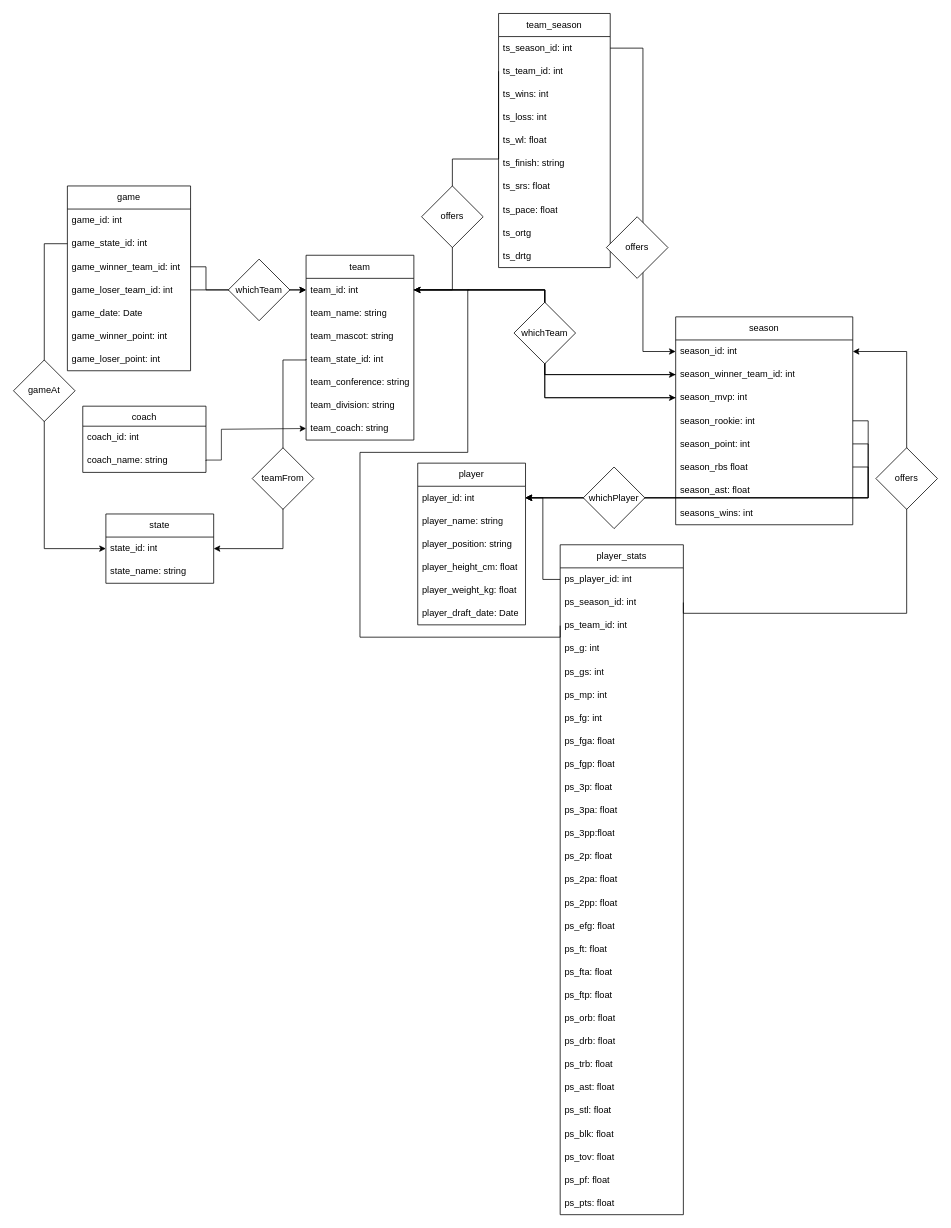
Fin-NewWin/cse111-project keeps this draw.io diagram as er_diagram.drawio. Above is the earlier version. Source tidied: cells renumbered, new cells numbered last; positions are measured from the earlier drawing's top-left corner, leaving out a move shared by most shapes. Both pictures are drawn from the tidied source at 77%, with x=0, y=0 at pixel (13, 13).
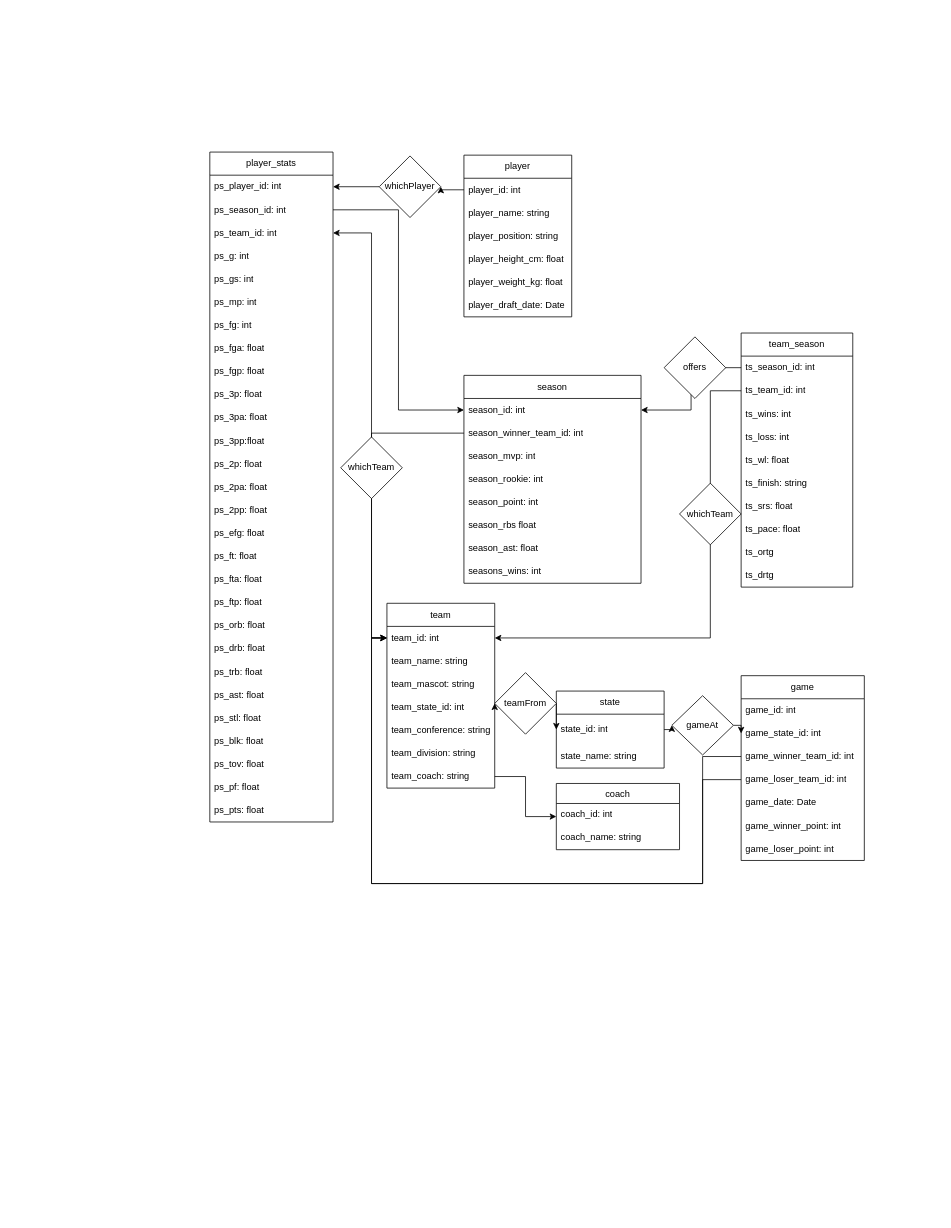
After the change.

Unchanged cells that the change refers to:
```xml
<mxCell id="3" value="team_id: int" style="text;strokeColor=none;fillColor=none;align=left;verticalAlign=middle;spacingLeft=4;spacingRight=4;overflow=hidden;points=[[0,0.5],[1,0.5]];portConstraint=eastwest;whiteSpace=wrap;html=1;" parent="2" vertex="1">
  <mxGeometry y="30" width="140" height="30" as="geometry" />
</mxCell>
<mxCell id="6" value="team_state_id: int" style="text;strokeColor=none;fillColor=none;align=left;verticalAlign=middle;spacingLeft=4;spacingRight=4;overflow=hidden;points=[[0,0.5],[1,0.5]];portConstraint=eastwest;whiteSpace=wrap;html=1;" parent="2" vertex="1">
  <mxGeometry y="120" width="140" height="30" as="geometry" />
</mxCell>
<mxCell id="9" value="team_coach: string" style="text;strokeColor=none;fillColor=none;align=left;verticalAlign=middle;spacingLeft=4;spacingRight=4;overflow=hidden;points=[[0,0.5],[1,0.5]];portConstraint=eastwest;whiteSpace=wrap;html=1;" parent="2" vertex="1">
  <mxGeometry y="210" width="140" height="30" as="geometry" />
</mxCell>
<mxCell id="11" value="player_id: int" style="text;strokeColor=none;fillColor=none;align=left;verticalAlign=middle;spacingLeft=4;spacingRight=4;overflow=hidden;points=[[0,0.5],[1,0.5]];portConstraint=eastwest;whiteSpace=wrap;html=1;" parent="10" vertex="1">
  <mxGeometry y="30" width="140" height="30" as="geometry" />
</mxCell>
<mxCell id="19" value="game_state_id: int" style="text;strokeColor=none;fillColor=none;align=left;verticalAlign=middle;spacingLeft=4;spacingRight=4;overflow=hidden;points=[[0,0.5],[1,0.5]];portConstraint=eastwest;whiteSpace=wrap;html=1;" parent="17" vertex="1">
  <mxGeometry y="60" width="160" height="30" as="geometry" />
</mxCell>
<mxCell id="20" value="game_winner_team_id: int" style="text;strokeColor=none;fillColor=none;align=left;verticalAlign=middle;spacingLeft=4;spacingRight=4;overflow=hidden;points=[[0,0.5],[1,0.5]];portConstraint=eastwest;whiteSpace=wrap;html=1;" parent="17" vertex="1">
  <mxGeometry y="90" width="160" height="30" as="geometry" />
</mxCell>
<mxCell id="21" value="game_loser_team_id: int" style="text;strokeColor=none;fillColor=none;align=left;verticalAlign=middle;spacingLeft=4;spacingRight=4;overflow=hidden;points=[[0,0.5],[1,0.5]];portConstraint=eastwest;whiteSpace=wrap;html=1;" parent="17" vertex="1">
  <mxGeometry y="120" width="160" height="30" as="geometry" />
</mxCell>
<mxCell id="28" value="ps_player_id: int" style="text;strokeColor=none;fillColor=none;align=left;verticalAlign=middle;spacingLeft=4;spacingRight=4;overflow=hidden;points=[[0,0.5],[1,0.5]];portConstraint=eastwest;whiteSpace=wrap;html=1;" parent="27" vertex="1">
  <mxGeometry y="30" width="160" height="30" as="geometry" />
</mxCell>
<mxCell id="29" value="ps_season_id: int" style="text;strokeColor=none;fillColor=none;align=left;verticalAlign=middle;spacingLeft=4;spacingRight=4;overflow=hidden;points=[[0,0.5],[1,0.5]];portConstraint=eastwest;whiteSpace=wrap;html=1;" parent="27" vertex="1">
  <mxGeometry y="60" width="160" height="30" as="geometry" />
</mxCell>
<mxCell id="30" value="ps_team_id: int" style="text;strokeColor=none;fillColor=none;align=left;verticalAlign=middle;spacingLeft=4;spacingRight=4;overflow=hidden;points=[[0,0.5],[1,0.5]];portConstraint=eastwest;whiteSpace=wrap;html=1;" parent="27" vertex="1">
  <mxGeometry y="90" width="160" height="30" as="geometry" />
</mxCell>
<mxCell id="57" value="season_id: int" style="text;strokeColor=none;fillColor=none;align=left;verticalAlign=middle;spacingLeft=4;spacingRight=4;overflow=hidden;points=[[0,0.5],[1,0.5]];portConstraint=eastwest;whiteSpace=wrap;html=1;" parent="56" vertex="1">
  <mxGeometry y="30" width="230" height="30" as="geometry" />
</mxCell>
<mxCell id="58" value="season_winner_team_id: int" style="text;strokeColor=none;fillColor=none;align=left;verticalAlign=middle;spacingLeft=4;spacingRight=4;overflow=hidden;points=[[0,0.5],[1,0.5]];portConstraint=eastwest;whiteSpace=wrap;html=1;" parent="56" vertex="1">
  <mxGeometry y="60" width="230" height="30" as="geometry" />
</mxCell>
<mxCell id="59" value="season_mvp: int" style="text;strokeColor=none;fillColor=none;align=left;verticalAlign=middle;spacingLeft=4;spacingRight=4;overflow=hidden;points=[[0,0.5],[1,0.5]];portConstraint=eastwest;whiteSpace=wrap;html=1;" parent="56" vertex="1">
  <mxGeometry y="90" width="230" height="30" as="geometry" />
</mxCell>
<mxCell id="60" value="season_rookie: int" style="text;strokeColor=none;fillColor=none;align=left;verticalAlign=middle;spacingLeft=4;spacingRight=4;overflow=hidden;points=[[0,0.5],[1,0.5]];portConstraint=eastwest;whiteSpace=wrap;html=1;" parent="56" vertex="1">
  <mxGeometry y="120" width="230" height="30" as="geometry" />
</mxCell>
<mxCell id="61" value="season_point: int" style="text;strokeColor=none;fillColor=none;align=left;verticalAlign=middle;spacingLeft=4;spacingRight=4;overflow=hidden;points=[[0,0.5],[1,0.5]];portConstraint=eastwest;whiteSpace=wrap;html=1;" parent="56" vertex="1">
  <mxGeometry y="150" width="230" height="30" as="geometry" />
</mxCell>
<mxCell id="62" value="season_rbs float" style="text;strokeColor=none;fillColor=none;align=left;verticalAlign=middle;spacingLeft=4;spacingRight=4;overflow=hidden;points=[[0,0.5],[1,0.5]];portConstraint=eastwest;whiteSpace=wrap;html=1;" parent="56" vertex="1">
  <mxGeometry y="180" width="230" height="30" as="geometry" />
</mxCell>
<mxCell id="78" value="ts_season_id: int" style="text;strokeColor=none;fillColor=none;align=left;verticalAlign=middle;spacingLeft=4;spacingRight=4;overflow=hidden;points=[[0,0.5],[1,0.5]];portConstraint=eastwest;whiteSpace=wrap;html=1;" parent="77" vertex="1">
  <mxGeometry y="30" width="145" height="30" as="geometry" />
</mxCell>
<mxCell id="79" value="ts_team_id: int" style="text;strokeColor=none;fillColor=none;align=left;verticalAlign=middle;spacingLeft=4;spacingRight=4;overflow=hidden;points=[[0,0.5],[1,0.5]];portConstraint=eastwest;whiteSpace=wrap;html=1;" parent="77" vertex="1">
  <mxGeometry y="60" width="145" height="30" as="geometry" />
</mxCell>
<mxCell id="102" value="coach_name: string" style="text;strokeColor=none;fillColor=none;spacingLeft=4;spacingRight=4;overflow=hidden;points=[[0,0.5],[1,0.5]];portConstraint=eastwest;fontSize=12;whiteSpace=wrap;html=1;" parent="100" vertex="1">
  <mxGeometry y="56" width="160" height="30" as="geometry" />
</mxCell>
```

Diff of the diagram source:
```diff
@@
     <mxCell id="2" value="team" style="swimlane;fontStyle=0;horizontal=1;startSize=30;whiteSpace=wrap;html=1;" parent="1" vertex="1">
-      <mxGeometry x="380" y="314" width="140" height="240" as="geometry" />
+      <mxGeometry x="485" y="766" width="140" height="240" as="geometry" />
     </mxCell>
@@
     <mxCell id="10" value="player" style="swimlane;fontStyle=0;horizontal=1;startSize=30;whiteSpace=wrap;html=1;" parent="1" vertex="1">
-      <mxGeometry x="525" y="584" width="140" height="210" as="geometry" />
+      <mxGeometry x="585" y="184" width="140" height="210" as="geometry" />
     </mxCell>
@@
     <mxCell id="17" value="game" style="swimlane;fontStyle=0;horizontal=1;startSize=30;whiteSpace=wrap;html=1;" parent="1" vertex="1">
-      <mxGeometry x="70" y="224" width="160" height="240" as="geometry" />
+      <mxGeometry x="945" y="860" width="160" height="240" as="geometry" />
     </mxCell>
@@
-    <mxCell id="25" style="edgeStyle=orthogonalEdgeStyle;rounded=0;jettySize=auto;html=1;exitX=1;exitY=0.5;exitDx=0;exitDy=0;entryX=0;entryY=0.5;entryDx=0;entryDy=0;" parent="1" edge="1" source="20" target="3">
-      <mxGeometry relative="1" as="geometry">
-        <Array as="points">
-          <mxPoint x="250" y="329" />
-          <mxPoint x="250" y="359" />
-        </Array>
-      </mxGeometry>
-    </mxCell>
-    <mxCell id="26" style="edgeStyle=orthogonalEdgeStyle;rounded=0;jettySize=auto;html=1;exitX=1;exitY=0.5;exitDx=0;exitDy=0;entryX=0;entryY=0.5;entryDx=0;entryDy=0;" parent="1" edge="1" source="21" target="3">
-      <mxGeometry relative="1" as="geometry" />
-    </mxCell>
     <mxCell id="27" value="player_stats" style="swimlane;fontStyle=0;horizontal=1;startSize=30;whiteSpace=wrap;html=1;" parent="1" vertex="1">
-      <mxGeometry x="710" y="690" width="160" height="870" as="geometry" />
+      <mxGeometry x="255" y="180" width="160" height="870" as="geometry" />
     </mxCell>
@@
     <mxCell id="56" value="season" style="swimlane;fontStyle=0;horizontal=1;startSize=30;whiteSpace=wrap;html=1;" parent="1" vertex="1">
-      <mxGeometry x="860" y="394" width="230" height="270" as="geometry" />
+      <mxGeometry x="585" y="470" width="230" height="270" as="geometry" />
     </mxCell>
@@
-    <mxCell id="65" style="edgeStyle=orthogonalEdgeStyle;rounded=0;jettySize=auto;html=1;exitX=0;exitY=0.5;exitDx=0;exitDy=0;entryX=1;entryY=0.5;entryDx=0;entryDy=0;" parent="1" edge="1" source="58" target="3">
-      <mxGeometry relative="1" as="geometry" />
-    </mxCell>
+    <mxCell id="105" style="edgeStyle=orthogonalEdgeStyle;rounded=0;jettySize=auto;html=1;exitX=1;exitY=0.5;exitDx=0;exitDy=0;entryX=0;entryY=0.5;entryDx=0;entryDy=0;" parent="1" edge="1" source="91" target="19">
+      <mxGeometry relative="1" as="geometry" />
+    </mxCell>
     <mxCell id="66" value="state" style="swimlane;fontStyle=0;horizontal=1;startSize=30;whiteSpace=wrap;html=1;" parent="1" vertex="1">
-      <mxGeometry x="120" y="650" width="140" height="90" as="geometry" />
+      <mxGeometry x="705" y="880" width="140" height="100" as="geometry" />
     </mxCell>
     <mxCell id="67" value="state_id: int" style="text;strokeColor=none;fillColor=none;align=left;verticalAlign=middle;spacingLeft=4;spacingRight=4;overflow=hidden;points=[[0,0.5],[1,0.5]];portConstraint=eastwest;whiteSpace=wrap;html=1;" parent="66" vertex="1">
-      <mxGeometry y="30" width="140" height="30" as="geometry" />
+      <mxGeometry y="30" width="140" height="40" as="geometry" />
     </mxCell>
     <mxCell id="68" value="state_name: string" style="text;strokeColor=none;fillColor=none;align=left;verticalAlign=middle;spacingLeft=4;spacingRight=4;overflow=hidden;whiteSpace=wrap;html=1;" parent="66" vertex="1">
-      <mxGeometry y="60" width="140" height="30" as="geometry" />
+      <mxGeometry y="70" width="140" height="30" as="geometry" />
     </mxCell>
-    <mxCell id="69" style="edgeStyle=orthogonalEdgeStyle;rounded=0;jettySize=auto;html=1;exitX=0;exitY=0.5;exitDx=0;exitDy=0;entryX=1;entryY=0.5;entryDx=0;entryDy=0;" parent="1" edge="1" source="6" target="67">
-      <mxGeometry relative="1" as="geometry">
-        <Array as="points">
-          <mxPoint x="350" y="450" />
-          <mxPoint x="350" y="695" />
-        </Array>
-      </mxGeometry>
-    </mxCell>
-    <mxCell id="70" style="edgeStyle=orthogonalEdgeStyle;rounded=0;jettySize=auto;html=1;exitX=0;exitY=0.5;exitDx=0;exitDy=0;entryX=1;entryY=0.5;entryDx=0;entryDy=0;" parent="1" edge="1" source="59" target="3">
-      <mxGeometry relative="1" as="geometry" />
-    </mxCell>
-    <mxCell id="71" style="edgeStyle=orthogonalEdgeStyle;rounded=0;jettySize=auto;html=1;exitX=1;exitY=0.5;exitDx=0;exitDy=0;entryX=0;entryY=0.5;entryDx=0;entryDy=0;" parent="1" edge="1" source="3" target="58">
-      <mxGeometry relative="1" as="geometry" />
-    </mxCell>
-    <mxCell id="72" style="edgeStyle=orthogonalEdgeStyle;rounded=0;jettySize=auto;html=1;exitX=1;exitY=0.5;exitDx=0;exitDy=0;entryX=0;entryY=0.5;entryDx=0;entryDy=0;" parent="1" edge="1" source="3" target="59">
-      <mxGeometry relative="1" as="geometry" />
-    </mxCell>
-    <mxCell id="73" style="edgeStyle=orthogonalEdgeStyle;rounded=0;jettySize=auto;html=1;exitX=0;exitY=0.5;exitDx=0;exitDy=0;entryX=1;entryY=0.5;entryDx=0;entryDy=0;" parent="1" edge="1" source="28" target="11">
-      <mxGeometry relative="1" as="geometry" />
-    </mxCell>
-    <mxCell id="74" style="edgeStyle=orthogonalEdgeStyle;rounded=0;jettySize=auto;html=1;exitX=1;exitY=0.5;exitDx=0;exitDy=0;entryX=1;entryY=0.5;entryDx=0;entryDy=0;" parent="1" edge="1" source="62" target="11">
-      <mxGeometry relative="1" as="geometry" />
-    </mxCell>
-    <mxCell id="75" style="edgeStyle=orthogonalEdgeStyle;rounded=0;jettySize=auto;html=1;exitX=1;exitY=0.5;exitDx=0;exitDy=0;entryX=1;entryY=0.5;entryDx=0;entryDy=0;" parent="1" edge="1" source="61" target="11">
-      <mxGeometry relative="1" as="geometry" />
-    </mxCell>
-    <mxCell id="76" style="edgeStyle=orthogonalEdgeStyle;rounded=0;jettySize=auto;html=1;exitX=1;exitY=0.5;exitDx=0;exitDy=0;entryX=1;entryY=0.5;entryDx=0;entryDy=0;" parent="1" edge="1" source="60" target="11">
-      <mxGeometry relative="1" as="geometry" />
-    </mxCell>
     <mxCell id="77" value="team_season" style="swimlane;fontStyle=0;horizontal=1;startSize=30;whiteSpace=wrap;html=1;" parent="1" vertex="1">
-      <mxGeometry x="630" width="145" height="330" as="geometry" />
+      <mxGeometry x="945" y="415" width="145" height="330" as="geometry" />
     </mxCell>
@@
-    <mxCell id="88" style="edgeStyle=orthogonalEdgeStyle;rounded=0;jettySize=auto;html=1;exitX=0;exitY=0.5;exitDx=0;exitDy=0;entryX=1;entryY=0.5;entryDx=0;entryDy=0;" parent="1" edge="1" source="79" target="3">
-      <mxGeometry relative="1" as="geometry">
-        <Array as="points">
-          <mxPoint x="570" y="189" />
-          <mxPoint x="570" y="359" />
-        </Array>
-      </mxGeometry>
-    </mxCell>
-    <mxCell id="89" style="edgeStyle=orthogonalEdgeStyle;rounded=0;jettySize=auto;html=1;exitX=1;exitY=0.5;exitDx=0;exitDy=0;entryX=0;entryY=0.5;entryDx=0;entryDy=0;" parent="1" edge="1" source="78" target="57">
-      <mxGeometry relative="1" as="geometry" />
-    </mxCell>
-    <mxCell id="90" style="edgeStyle=orthogonalEdgeStyle;rounded=0;jettySize=auto;html=1;exitX=0;exitY=0.5;exitDx=0;exitDy=0;entryX=0;entryY=0.5;entryDx=0;entryDy=0;" parent="1" edge="1" source="19" target="67">
-      <mxGeometry relative="1" as="geometry">
-        <Array as="points">
-          <mxPoint x="40" y="299" />
-          <mxPoint x="40" y="695" />
-        </Array>
-      </mxGeometry>
-    </mxCell>
-    <mxCell id="91" value="gameAt" style="rhombus;whiteSpace=wrap;html=1;" parent="1" vertex="1">
-      <mxGeometry y="450" width="80" height="80" as="geometry" />
-    </mxCell>
-    <mxCell id="92" value="teamFrom" style="rhombus;whiteSpace=wrap;html=1;" parent="1" vertex="1">
-      <mxGeometry x="310" y="564" width="80" height="80" as="geometry" />
-    </mxCell>
-    <mxCell id="93" style="edgeStyle=orthogonalEdgeStyle;rounded=0;jettySize=auto;html=1;exitX=0;exitY=0.5;exitDx=0;exitDy=0;strokeColor=default;endArrow=none;endFill=0;strokeWidth=1;endSize=6;" parent="1" edge="1" source="30">
-      <mxGeometry relative="1" as="geometry">
-        <mxPoint x="592" y="359" as="targetPoint" />
-        <Array as="points">
-          <mxPoint x="710" y="810" />
-          <mxPoint x="450" y="810" />
-          <mxPoint x="450" y="570" />
-          <mxPoint x="590" y="570" />
-          <mxPoint x="590" y="359" />
-        </Array>
-      </mxGeometry>
-    </mxCell>
-    <mxCell id="94" style="edgeStyle=orthogonalEdgeStyle;rounded=0;jettySize=auto;html=1;exitX=1;exitY=0.5;exitDx=0;exitDy=0;entryX=1;entryY=0.5;entryDx=0;entryDy=0;" parent="1" edge="1" source="29" target="57">
-      <mxGeometry relative="1" as="geometry">
-        <Array as="points">
-          <mxPoint x="1160" y="779" />
-          <mxPoint x="1160" y="439" />
-        </Array>
-      </mxGeometry>
-    </mxCell>
-    <mxCell id="95" value="offers" style="rhombus;whiteSpace=wrap;html=1;" parent="1" vertex="1">
-      <mxGeometry x="1120" y="564" width="80" height="80" as="geometry" />
-    </mxCell>
-    <mxCell id="96" value="whichPlayer" style="rhombus;whiteSpace=wrap;html=1;" parent="1" vertex="1">
-      <mxGeometry x="740" y="589" width="80" height="80" as="geometry" />
-    </mxCell>
-    <mxCell id="97" value="offers" style="rhombus;whiteSpace=wrap;html=1;" parent="1" vertex="1">
-      <mxGeometry x="770" y="264" width="80" height="80" as="geometry" />
-    </mxCell>
-    <mxCell id="98" value="whichTeam" style="rhombus;whiteSpace=wrap;html=1;" parent="1" vertex="1">
-      <mxGeometry x="650" y="375" width="80" height="80" as="geometry" />
-    </mxCell>
-    <mxCell id="99" value="offers" style="rhombus;whiteSpace=wrap;html=1;" parent="1" vertex="1">
-      <mxGeometry x="530" y="224" width="80" height="80" as="geometry" />
-    </mxCell>
     <mxCell id="100" value="coach" style="swimlane;fontStyle=0;horizontal=1;startSize=26;align=center;fontSize=12;" parent="1" vertex="1">
-      <mxGeometry x="90" y="510" width="160" height="86" as="geometry" />
+      <mxGeometry x="705" y="1000" width="160" height="86" as="geometry" />
     </mxCell>
@@
-    <mxCell id="103" style="edgeStyle=orthogonalEdgeStyle;rounded=0;jettySize=auto;html=1;entryX=0;entryY=0.5;entryDx=0;entryDy=0;strokeWidth=0.9;exitX=1;exitY=0.5;exitDx=0;exitDy=0;" parent="1" edge="1" source="102" target="9">
-      <mxGeometry relative="1" as="geometry">
-        <Array as="points">
-          <mxPoint x="250" y="580" />
-          <mxPoint x="270" y="580" />
-          <mxPoint x="270" y="540" />
-        </Array>
-      </mxGeometry>
-    </mxCell>
+    <mxCell id="106" style="edgeStyle=orthogonalEdgeStyle;rounded=0;jettySize=auto;html=1;exitX=0;exitY=0.5;exitDx=0;exitDy=0;entryX=1;entryY=0.5;entryDx=0;entryDy=0;" parent="1" edge="1" source="96" target="28">
+      <mxGeometry relative="1" as="geometry" />
+    </mxCell>
+    <mxCell id="107" style="edgeStyle=orthogonalEdgeStyle;rounded=0;jettySize=auto;html=1;exitX=0;exitY=0.5;exitDx=0;exitDy=0;entryX=1;entryY=0.5;entryDx=0;entryDy=0;" parent="1" edge="1" source="11" target="96">
+      <mxGeometry relative="1" as="geometry" />
+    </mxCell>
+    <mxCell id="96" value="whichPlayer" style="rhombus;whiteSpace=wrap;html=1;" parent="1" vertex="1">
+      <mxGeometry x="475" y="185" width="80" height="80" as="geometry" />
+    </mxCell>
+    <mxCell id="94" style="edgeStyle=orthogonalEdgeStyle;rounded=0;jettySize=auto;html=1;exitX=1;exitY=0.5;exitDx=0;exitDy=0;entryX=0;entryY=0.5;entryDx=0;entryDy=0;" parent="1" edge="1" source="29" target="57">
+      <mxGeometry relative="1" as="geometry" />
+    </mxCell>
+    <mxCell id="108" style="edgeStyle=orthogonalEdgeStyle;rounded=0;jettySize=auto;html=1;exitX=0;exitY=0.5;exitDx=0;exitDy=0;entryX=1;entryY=0.5;entryDx=0;entryDy=0;" parent="1" edge="1" source="3" target="30">
+      <mxGeometry relative="1" as="geometry">
+        <Array as="points">
+          <mxPoint x="465" y="811" />
+          <mxPoint x="465" y="285" />
+        </Array>
+      </mxGeometry>
+    </mxCell>
+    <mxCell id="109" style="edgeStyle=orthogonalEdgeStyle;rounded=0;jettySize=auto;html=1;exitX=1;exitY=0.5;exitDx=0;exitDy=0;entryX=0;entryY=0.5;entryDx=0;entryDy=0;" parent="1" edge="1" source="9" target="100">
+      <mxGeometry relative="1" as="geometry" />
+    </mxCell>
+    <mxCell id="110" style="edgeStyle=orthogonalEdgeStyle;rounded=0;jettySize=auto;html=1;exitX=1;exitY=0.5;exitDx=0;exitDy=0;entryX=0;entryY=0.5;entryDx=0;entryDy=0;" parent="1" edge="1" source="92" target="67">
+      <mxGeometry relative="1" as="geometry" />
+    </mxCell>
+    <mxCell id="25" style="edgeStyle=orthogonalEdgeStyle;rounded=0;jettySize=auto;html=1;exitX=0;exitY=0.5;exitDx=0;exitDy=0;entryX=0;entryY=0.5;entryDx=0;entryDy=0;" parent="1" edge="1" source="20" target="3">
+      <mxGeometry relative="1" as="geometry">
+        <Array as="points">
+          <mxPoint x="895" y="965" />
+          <mxPoint x="895" y="1130" />
+          <mxPoint x="465" y="1130" />
+          <mxPoint x="465" y="811" />
+        </Array>
+      </mxGeometry>
+    </mxCell>
+    <mxCell id="26" style="edgeStyle=orthogonalEdgeStyle;rounded=0;jettySize=auto;html=1;exitX=0;exitY=0.5;exitDx=0;exitDy=0;entryX=0;entryY=0.5;entryDx=0;entryDy=0;" parent="1" edge="1" source="21" target="3">
+      <mxGeometry relative="1" as="geometry">
+        <Array as="points">
+          <mxPoint x="895" y="995" />
+          <mxPoint x="895" y="1130" />
+          <mxPoint x="465" y="1130" />
+          <mxPoint x="465" y="811" />
+        </Array>
+      </mxGeometry>
+    </mxCell>
+    <mxCell id="111" style="edgeStyle=orthogonalEdgeStyle;rounded=0;jettySize=auto;html=1;exitX=1;exitY=0.5;exitDx=0;exitDy=0;entryX=0;entryY=0.5;entryDx=0;entryDy=0;" parent="1" edge="1" source="66" target="91">
+      <mxGeometry relative="1" as="geometry" />
+    </mxCell>
+    <mxCell id="91" value="gameAt" style="rhombus;whiteSpace=wrap;html=1;" parent="1" vertex="1">
+      <mxGeometry x="855" y="886" width="80" height="77" as="geometry" />
+    </mxCell>
+    <mxCell id="112" style="edgeStyle=orthogonalEdgeStyle;rounded=0;jettySize=auto;html=1;exitX=1;exitY=0.5;exitDx=0;exitDy=0;entryX=0;entryY=0.5;entryDx=0;entryDy=0;" parent="1" edge="1" source="6" target="92">
+      <mxGeometry relative="1" as="geometry" />
+    </mxCell>
+    <mxCell id="92" value="teamFrom" style="rhombus;whiteSpace=wrap;html=1;" parent="1" vertex="1">
+      <mxGeometry x="625" y="856" width="80" height="80" as="geometry" />
+    </mxCell>
+    <mxCell id="89" style="edgeStyle=orthogonalEdgeStyle;rounded=0;jettySize=auto;html=1;exitX=0;exitY=0.5;exitDx=0;exitDy=0;entryX=1;entryY=0.5;entryDx=0;entryDy=0;" parent="1" edge="1" source="78" target="57">
+      <mxGeometry relative="1" as="geometry" />
+    </mxCell>
+    <mxCell id="65" style="edgeStyle=orthogonalEdgeStyle;rounded=0;jettySize=auto;html=1;exitX=0;exitY=0.5;exitDx=0;exitDy=0;entryX=0;entryY=0.5;entryDx=0;entryDy=0;" parent="1" edge="1" source="58" target="3">
+      <mxGeometry relative="1" as="geometry" />
+    </mxCell>
+    <mxCell id="98" value="whichTeam" style="rhombus;whiteSpace=wrap;html=1;" parent="1" vertex="1">
+      <mxGeometry x="425" y="550" width="80" height="80" as="geometry" />
+    </mxCell>
+    <mxCell id="88" style="edgeStyle=orthogonalEdgeStyle;rounded=0;jettySize=auto;html=1;exitX=0;exitY=0.5;exitDx=0;exitDy=0;entryX=1;entryY=0.5;entryDx=0;entryDy=0;" parent="1" edge="1" source="79" target="3">
+      <mxGeometry relative="1" as="geometry">
+        <Array as="points">
+          <mxPoint x="905" y="490" />
+          <mxPoint x="905" y="811" />
+        </Array>
+      </mxGeometry>
+    </mxCell>
+    <mxCell id="99" value="offers" style="rhombus;whiteSpace=wrap;html=1;" parent="1" vertex="1">
+      <mxGeometry x="845" y="420" width="80" height="80" as="geometry" />
+    </mxCell>
     <mxCell id="104" value="whichTeam" style="rhombus;whiteSpace=wrap;html=1;" parent="1" vertex="1">
-      <mxGeometry x="279" y="319" width="80" height="80" as="geometry" />
+      <mxGeometry x="865" y="610" width="80" height="80" as="geometry" />
     </mxCell>
```
